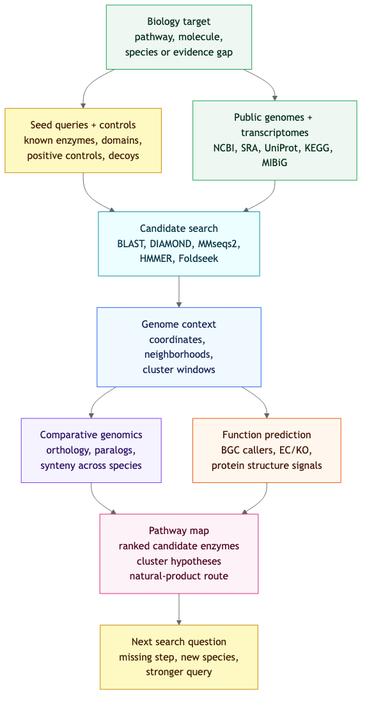
Earlier version of the Mermaid export docs/diagrams/biosymphony-genecluster-workflow.png (BioSymphony/genecluster). Its source is kept beside it as docs/diagrams/biosymphony-genecluster-workflow.mmd. Its diagram source:
```mermaid
flowchart TB
  Target["Biology target<br/>pathway, molecule,<br/>species or evidence gap"]
  Sources["Public genomes + transcriptomes<br/>NCBI, SRA, UniProt, KEGG, MIBiG"]
  Seeds["Seed queries + controls<br/>known enzymes, domains,<br/>positive controls, decoys"]
  Search["Candidate search<br/>BLAST, DIAMOND, MMseqs2,<br/>HMMER, Foldseek"]
  Context["Genome context<br/>coordinates, neighborhoods,<br/>cluster windows"]

  Compare["Comparative genomics<br/>orthology, paralogs,<br/>synteny across species"]
  Function["Function prediction<br/>BGC callers, EC/KO,<br/>protein structure signals"]

  Pathway["Pathway map<br/>ranked candidate enzymes<br/>cluster hypotheses<br/>natural-product route"]
  Next["Next search question<br/>missing step, new species,<br/>stronger query"]

  Target --> Sources
  Target --> Seeds
  Seeds --> Search
  Sources --> Search
  Search --> Context
  Context --> Compare
  Context --> Function
  Compare --> Pathway
  Function --> Pathway
  Pathway --> Next

  classDef source fill:#eef7f2,stroke:#16a34a,color:#052e16;
  classDef query fill:#fef9c3,stroke:#ca8a04,color:#422006;
  classDef search fill:#ecfeff,stroke:#0891b2,color:#083344;
  classDef context fill:#f0f9ff,stroke:#2563eb,color:#172554;
  classDef compare fill:#f5f3ff,stroke:#7c3aed,color:#2e1065;
  classDef function fill:#fff7ed,stroke:#ea580c,color:#431407;
  classDef output fill:#fdf2f8,stroke:#db2777,color:#500724;

  class Target,Sources source;
  class Seeds,Next query;
  class Search search;
  class Context context;
  class Compare compare;
  class Function function;
  class Pathway output;
```
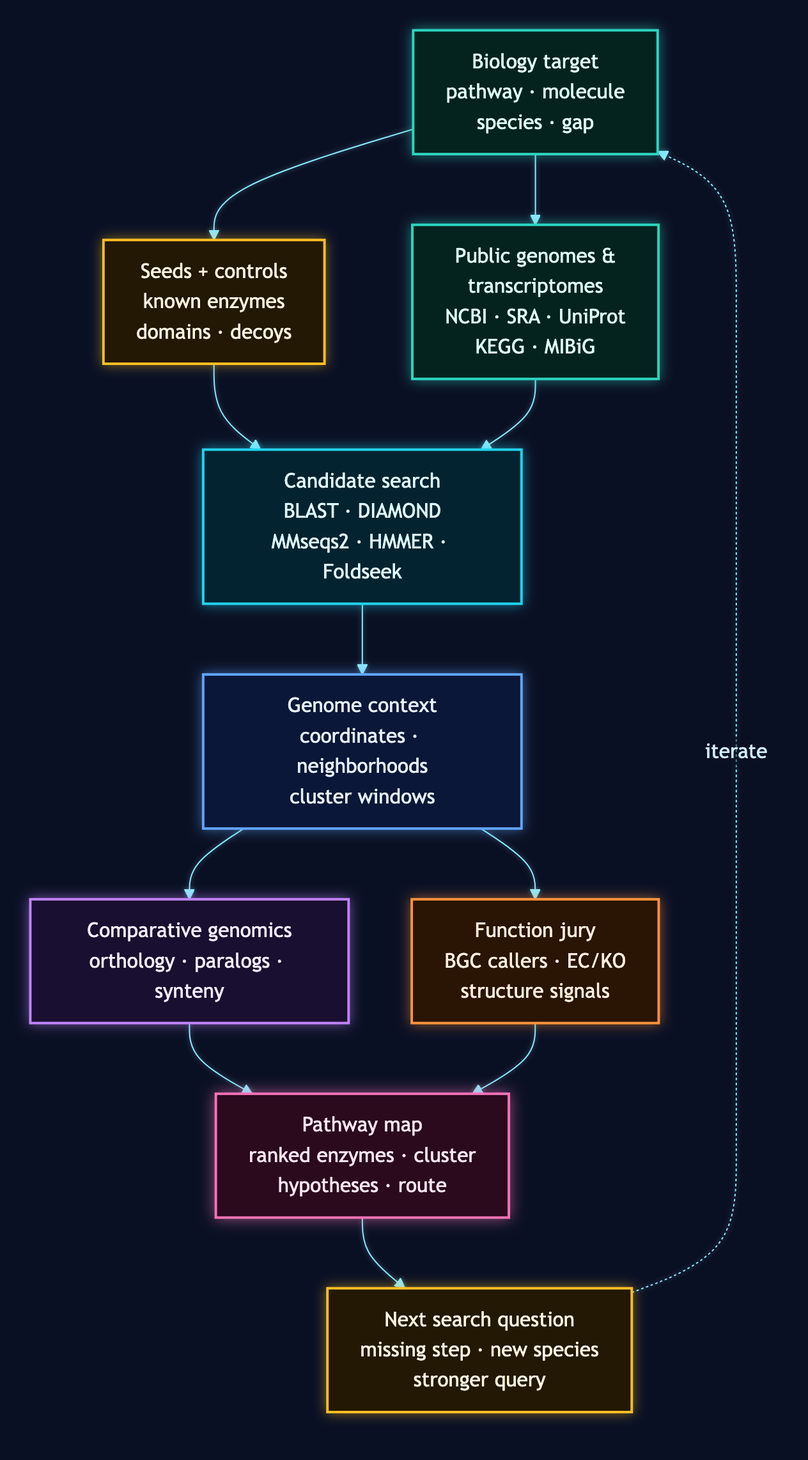
After the commit.

What changed in the source:
```diff
@@ -1,18 +1,16 @@
+%%{init: {"theme":"base","themeVariables":{"lineColor":"#8be9fd","fontSize":"16px","edgeLabelBackground":"#0a1024"},"flowchart":{"htmlLabels":true,"useMaxWidth":true,"diagramPadding":24,"padding":13,"nodeSpacing":50,"rankSpacing":56}}}%%
 flowchart TB
-  Target["Biology target<br/>pathway, molecule,<br/>species or evidence gap"]
-  Sources["Public genomes + transcriptomes<br/>NCBI, SRA, UniProt, KEGG, MIBiG"]
-  Seeds["Seed queries + controls<br/>known enzymes, domains,<br/>positive controls, decoys"]
-  Search["Candidate search<br/>BLAST, DIAMOND, MMseqs2,<br/>HMMER, Foldseek"]
-  Context["Genome context<br/>coordinates, neighborhoods,<br/>cluster windows"]
-
-  Compare["Comparative genomics<br/>orthology, paralogs,<br/>synteny across species"]
-  Function["Function prediction<br/>BGC callers, EC/KO,<br/>protein structure signals"]
-
-  Pathway["Pathway map<br/>ranked candidate enzymes<br/>cluster hypotheses<br/>natural-product route"]
-  Next["Next search question<br/>missing step, new species,<br/>stronger query"]
-
+  Target["Biology target<br/>pathway · molecule<br/>species · gap"]:::source
+  Seeds["Seeds + controls<br/>known enzymes<br/>domains · decoys"]:::query
+  Sources["Public genomes &<br/>transcriptomes<br/>NCBI · SRA · UniProt<br/>KEGG · MIBiG"]:::source
+  Search["Candidate search<br/>BLAST · DIAMOND<br/>MMseqs2 · HMMER · Foldseek"]:::search
+  Context["Genome context<br/>coordinates · neighborhoods<br/>cluster windows"]:::context
+  Compare["Comparative genomics<br/>orthology · paralogs · synteny"]:::compare
+  Function["Function jury<br/>BGC callers · EC/KO<br/>structure signals"]:::function
+  Pathway["Pathway map<br/>ranked enzymes · cluster<br/>hypotheses · route"]:::output
+  Next["Next search question<br/>missing step · new species<br/>stronger query"]:::query
+  Target --> Seeds
   Target --> Sources
-  Target --> Seeds
   Seeds --> Search
   Sources --> Search
   Search --> Context
@@ -21,19 +19,11 @@
   Compare --> Pathway
   Function --> Pathway
   Pathway --> Next
-
-  classDef source fill:#eef7f2,stroke:#16a34a,color:#052e16;
-  classDef query fill:#fef9c3,stroke:#ca8a04,color:#422006;
-  classDef search fill:#ecfeff,stroke:#0891b2,color:#083344;
-  classDef context fill:#f0f9ff,stroke:#2563eb,color:#172554;
-  classDef compare fill:#f5f3ff,stroke:#7c3aed,color:#2e1065;
-  classDef function fill:#fff7ed,stroke:#ea580c,color:#431407;
-  classDef output fill:#fdf2f8,stroke:#db2777,color:#500724;
-
-  class Target,Sources source;
-  class Seeds,Next query;
-  class Search search;
-  class Context context;
-  class Compare compare;
-  class Function function;
-  class Pathway output;
+  Next -.->|iterate| Target
+  classDef source fill:#04231f,stroke:#2dd4bf,color:#defff8,stroke-width:2px;
+  classDef query fill:#231803,stroke:#fbbf24,color:#fff5e0,stroke-width:2px;
+  classDef search fill:#042330,stroke:#22d3ee,color:#dffaff,stroke-width:2px;
+  classDef context fill:#0a1738,stroke:#60a5fa,color:#e7f0ff,stroke-width:2px;
+  classDef compare fill:#190f30,stroke:#c084fc,color:#f4ecff,stroke-width:2px;
+  classDef function fill:#2a1404,stroke:#fb923c,color:#ffeede,stroke-width:2px;
+  classDef output fill:#2b0a1e,stroke:#f472b6,color:#ffe6f3,stroke-width:2px;
```
